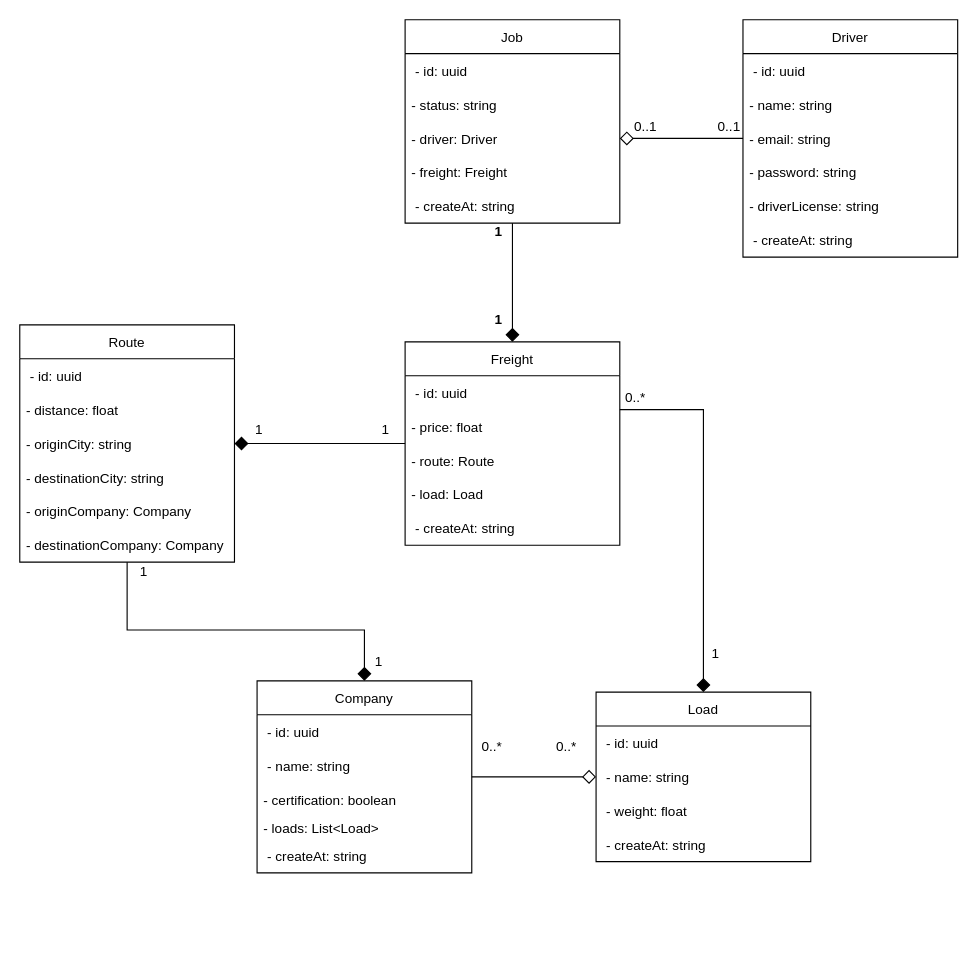
Before: diagramaDeClasse-TecnologiaEmDesenvolvimentoDeSistemas.drawio in rafaelomodei/meufrete, a draw.io diagram. Source tidied: cells renumbered, new cells numbered last; positions are measured from the earlier drawing's top-left corner, leaving out a move shared by most shapes. Both pictures are drawn from the tidied source at 113%, with x=0, y=0 at pixel (19, 19).
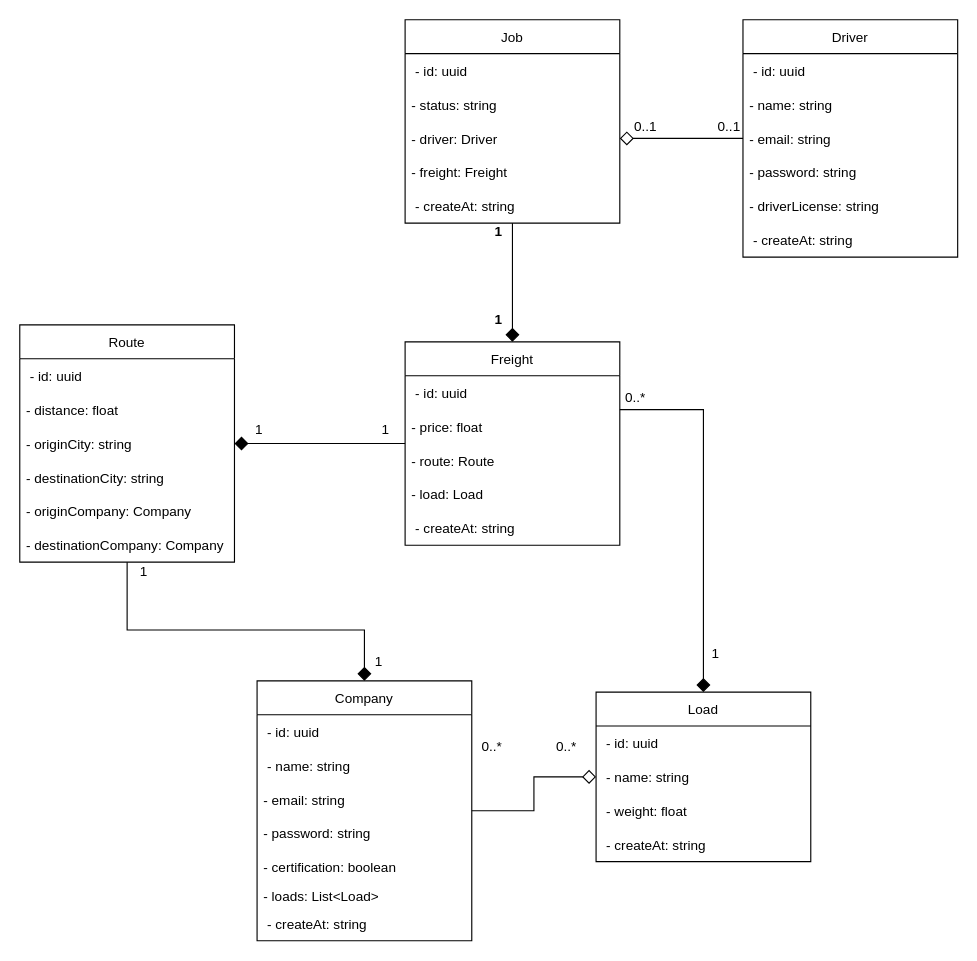
After the change.

The edit, as a diff of the source:
```diff
@@
     <mxCell id="3" value="Company" style="swimlane;fontStyle=0;horizontal=1;startSize=30;" parent="1" vertex="1">
-      <mxGeometry x="210" y="585" width="190" height="170" as="geometry" />
+      <mxGeometry x="210" y="585" width="190" height="230" as="geometry" />
     </mxCell>
@@
+    <mxCell id="57" value="- email: string" style="text;strokeColor=none;fillColor=none;align=left;verticalAlign=middle;spacingLeft=4;spacingRight=4;overflow=hidden;" parent="3" vertex="1">
+      <mxGeometry y="90" width="190" height="30" as="geometry" />
+    </mxCell>
+    <mxCell id="58" value="- password: string" style="text;strokeColor=none;fillColor=none;align=left;verticalAlign=middle;spacingLeft=4;spacingRight=4;overflow=hidden;" parent="3" vertex="1">
+      <mxGeometry y="120" width="190" height="30" as="geometry" />
+    </mxCell>
     <mxCell id="6" value="- certification: boolean" style="text;strokeColor=none;fillColor=none;align=left;verticalAlign=middle;spacingLeft=4;spacingRight=4;overflow=hidden;" parent="3" vertex="1">
-      <mxGeometry y="90" width="190" height="30" as="geometry" />
+      <mxGeometry y="150" width="190" height="30" as="geometry" />
     </mxCell>
     <mxCell id="7" value="- loads: List&lt;Load&gt;" style="text;strokeColor=none;fillColor=none;align=left;verticalAlign=middle;spacingLeft=4;spacingRight=4;overflow=hidden;" parent="3" vertex="1">
-      <mxGeometry y="120" width="190" height="20" as="geometry" />
+      <mxGeometry y="180" width="190" height="20" as="geometry" />
     </mxCell>
     <mxCell id="8" value=" - createAt: string" style="text;strokeColor=none;fillColor=none;align=left;verticalAlign=middle;spacingLeft=4;spacingRight=4;overflow=hidden;" parent="3" vertex="1">
-      <mxGeometry y="140" width="190" height="30" as="geometry" />
+      <mxGeometry y="200" width="190" height="30" as="geometry" />
     </mxCell>
```
